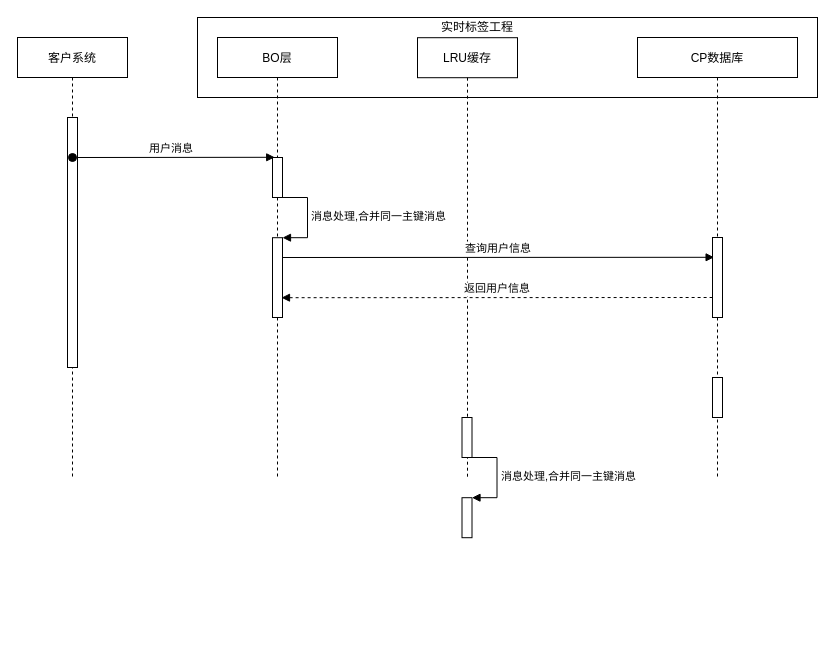
Before: Untitled Diagram.drawio in liyuhan1/diagrams, a draw.io diagram. Source tidied: cells renumbered, new cells numbered last; positions are measured from the earlier drawing's top-left corner, leaving out a move shared by most shapes. Both pictures are drawn from the tidied source at 100%, with x=0, y=0 at pixel (17, 17).
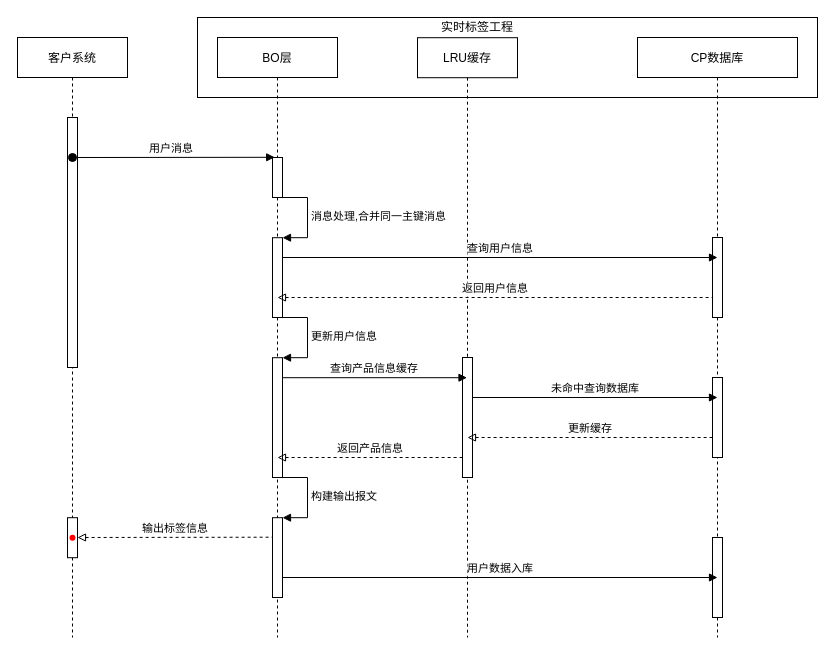
After the change.

What changed in the source:
```diff
@@
     <mxCell id="3" value="客户系统" style="shape=umlLifeline;perimeter=lifelinePerimeter;rounded=0;shadow=0;strokeWidth=1;" parent="1" vertex="1">
-      <mxGeometry y="20" width="110" height="440" as="geometry" />
+      <mxGeometry y="20" width="110" height="600" as="geometry" />
     </mxCell>
@@
     <mxCell id="5" value="BO层" style="shape=umlLifeline;perimeter=lifelinePerimeter;rounded=0;shadow=0;strokeWidth=1;" parent="1" vertex="1">
-      <mxGeometry x="200" y="20" width="120" height="440" as="geometry" />
+      <mxGeometry x="200" y="20" width="120" height="600" as="geometry" />
     </mxCell>
+    <mxCell id="20" style="html=1;points=[];perimeter=orthogonalPerimeter;" parent="5" vertex="1">
+      <mxGeometry x="55" y="320.2" width="10" height="119.8" as="geometry" />
+    </mxCell>
+    <mxCell id="21" value="更新用户信息" style="edgeStyle=orthogonalEdgeStyle;html=1;align=left;spacingLeft=2;endArrow=block;rounded=0;entryX=1;entryY=0;exitX=0.82;exitY=0.995;exitDx=0;exitDy=0;exitPerimeter=0;" parent="5" edge="1" target="20">
+      <mxGeometry relative="1" as="geometry">
+        <mxPoint x="63.2" y="280" as="sourcePoint" />
+        <Array as="points">
+          <mxPoint x="90" y="280.2" />
+          <mxPoint x="90" y="320.2" />
+        </Array>
+      </mxGeometry>
+    </mxCell>
     <mxCell id="6" value="CP数据库" style="shape=umlLifeline;perimeter=lifelinePerimeter;rounded=0;shadow=0;strokeWidth=1;" parent="1" vertex="1">
-      <mxGeometry x="620" y="20" width="160" height="440" as="geometry" />
+      <mxGeometry x="620" y="20" width="160" height="600" as="geometry" />
     </mxCell>
@@
     <mxCell id="8" style="html=1;perimeter=orthogonalPerimeter;" parent="6" vertex="1">
-      <mxGeometry x="75" y="340" width="10" height="40" as="geometry" />
+      <mxGeometry x="75" y="340" width="10" height="80" as="geometry" />
     </mxCell>
@@
     <mxCell id="13" value="LRU缓存" style="shape=umlLifeline;perimeter=lifelinePerimeter;rounded=0;shadow=0;strokeWidth=1;" parent="1" vertex="1">
-      <mxGeometry x="400" y="20.2" width="100" height="440" as="geometry" />
+      <mxGeometry x="400" y="20.2" width="100" height="599.8" as="geometry" />
     </mxCell>
     <mxCell id="14" style="perimeter=orthogonalPerimeter;rounded=0;shadow=0;strokeWidth=1;" parent="1" vertex="1">
-      <mxGeometry x="444.5" y="400" width="10" height="40" as="geometry" />
+      <mxGeometry x="445" y="340" width="10" height="120" as="geometry" />
     </mxCell>
     <mxCell id="15" style="html=1;points=[];perimeter=orthogonalPerimeter;" parent="1" vertex="1">
-      <mxGeometry x="444.5" y="480.2" width="10" height="40" as="geometry" />
+      <mxGeometry x="255" y="500.2" width="10" height="79.8" as="geometry" />
     </mxCell>
-    <mxCell id="16" value="消息处理,合并同一主键消息" style="edgeStyle=orthogonalEdgeStyle;html=1;align=left;spacingLeft=2;endArrow=block;rounded=0;entryX=1;entryY=0;exitX=0.82;exitY=0.995;exitDx=0;exitDy=0;exitPerimeter=0;" parent="1" edge="1" target="15">
+    <mxCell id="16" value="构建输出报文" style="edgeStyle=orthogonalEdgeStyle;html=1;align=left;spacingLeft=2;endArrow=block;rounded=0;entryX=1;entryY=0;exitX=0.82;exitY=0.995;exitDx=0;exitDy=0;exitPerimeter=0;" parent="1" edge="1" target="15">
       <mxGeometry relative="1" as="geometry">
-        <mxPoint x="452.7" y="440" as="sourcePoint" />
+        <mxPoint x="263.2" y="460" as="sourcePoint" />
         <Array as="points">
-          <mxPoint x="479.5" y="440.2" />
-          <mxPoint x="479.5" y="480.2" />
+          <mxPoint x="290" y="460.2" />
+          <mxPoint x="290" y="500.2" />
         </Array>
       </mxGeometry>
     </mxCell>
@@
-    <mxCell id="18" value="查询用户信息" style="verticalAlign=bottom;endArrow=block;shadow=0;strokeWidth=1;entryX=0.06;entryY=0.247;entryDx=0;entryDy=0;entryPerimeter=0;" parent="1" edge="1">
+    <mxCell id="18" value="查询用户信息" style="verticalAlign=bottom;endArrow=block;shadow=0;strokeWidth=1;" parent="1" edge="1">
       <mxGeometry relative="1" as="geometry">
         <mxPoint x="265" y="240" as="sourcePoint" />
-        <mxPoint x="696.6" y="239.8" as="targetPoint" />
+        <mxPoint x="700" y="240" as="targetPoint" />
       </mxGeometry>
     </mxCell>
-    <mxCell id="19" value="返回用户信息" style="verticalAlign=bottom;endArrow=none;shadow=0;strokeWidth=1;entryX=0.06;entryY=0.247;entryDx=0;entryDy=0;entryPerimeter=0;startArrow=block;startFill=1;endFill=0;dashed=1;" parent="1" edge="1">
+    <mxCell id="19" value="返回用户信息" style="verticalAlign=bottom;endArrow=none;shadow=0;strokeWidth=1;entryX=0.06;entryY=0.247;entryDx=0;entryDy=0;entryPerimeter=0;startArrow=block;startFill=0;endFill=0;dashed=1;" parent="1" edge="1">
       <mxGeometry relative="1" as="geometry">
-        <mxPoint x="264" y="280.2" as="sourcePoint" />
+        <mxPoint x="260" y="280" as="sourcePoint" />
         <mxPoint x="695.6" y="280" as="targetPoint" />
       </mxGeometry>
     </mxCell>
+    <mxCell id="22" value="查询产品信息缓存" style="verticalAlign=bottom;endArrow=block;shadow=0;strokeWidth=1;" parent="1" edge="1" target="13">
+      <mxGeometry relative="1" as="geometry">
+        <mxPoint x="265" y="360.2" as="sourcePoint" />
+      </mxGeometry>
+    </mxCell>
+    <mxCell id="23" value="未命中查询数据库" style="verticalAlign=bottom;endArrow=block;shadow=0;strokeWidth=1;" parent="1" edge="1">
+      <mxGeometry relative="1" as="geometry">
+        <mxPoint x="455" y="380" as="sourcePoint" />
+        <mxPoint x="700" y="380" as="targetPoint" />
+      </mxGeometry>
+    </mxCell>
+    <mxCell id="24" value="更新缓存" style="verticalAlign=bottom;endArrow=none;shadow=0;strokeWidth=1;entryX=0.06;entryY=0.247;entryDx=0;entryDy=0;entryPerimeter=0;startArrow=block;startFill=0;endFill=0;dashed=1;" parent="1" edge="1">
+      <mxGeometry relative="1" as="geometry">
+        <mxPoint x="450" y="420" as="sourcePoint" />
+        <mxPoint x="696.6" y="420" as="targetPoint" />
+      </mxGeometry>
+    </mxCell>
+    <mxCell id="25" value="返回产品信息" style="verticalAlign=bottom;endArrow=none;shadow=0;strokeWidth=1;entryX=0.06;entryY=0.247;entryDx=0;entryDy=0;entryPerimeter=0;startArrow=block;startFill=0;endFill=0;dashed=1;" parent="1" edge="1">
+      <mxGeometry relative="1" as="geometry">
+        <mxPoint x="260" y="440" as="sourcePoint" />
+        <mxPoint x="446.6" y="440" as="targetPoint" />
+      </mxGeometry>
+    </mxCell>
+    <mxCell id="26" value="输出标签信息" style="verticalAlign=bottom;endArrow=none;shadow=0;strokeWidth=1;entryX=0.06;entryY=0.247;entryDx=0;entryDy=0;entryPerimeter=0;startArrow=block;startFill=0;endFill=0;dashed=1;" parent="1" edge="1">
+      <mxGeometry relative="1" as="geometry">
+        <mxPoint x="60" y="520" as="sourcePoint" />
+        <mxPoint x="255" y="519.7" as="targetPoint" />
+      </mxGeometry>
+    </mxCell>
+    <mxCell id="27" style="html=1;perimeter=orthogonalPerimeter;" parent="1" vertex="1">
+      <mxGeometry x="50" y="500.2" width="10" height="40" as="geometry" />
+    </mxCell>
+    <mxCell id="28" style="shape=waypoint;sketch=0;fillStyle=solid;size=6;fillColor=none;perimeter=centerPerimeter;strokeColor=#FF0000;fontSize=12;" parent="1" vertex="1">
+      <mxGeometry x="35" y="500.2" width="40" height="40" as="geometry" />
+    </mxCell>
+    <mxCell id="29" style="html=1;perimeter=orthogonalPerimeter;" parent="1" vertex="1">
+      <mxGeometry x="695" y="520" width="10" height="80" as="geometry" />
+    </mxCell>
+    <mxCell id="30" value="用户数据入库" style="verticalAlign=bottom;endArrow=block;shadow=0;strokeWidth=1;" parent="1" edge="1">
+      <mxGeometry relative="1" as="geometry">
+        <mxPoint x="265" y="560" as="sourcePoint" />
+        <mxPoint x="700" y="560" as="targetPoint" />
+      </mxGeometry>
+    </mxCell>
```
